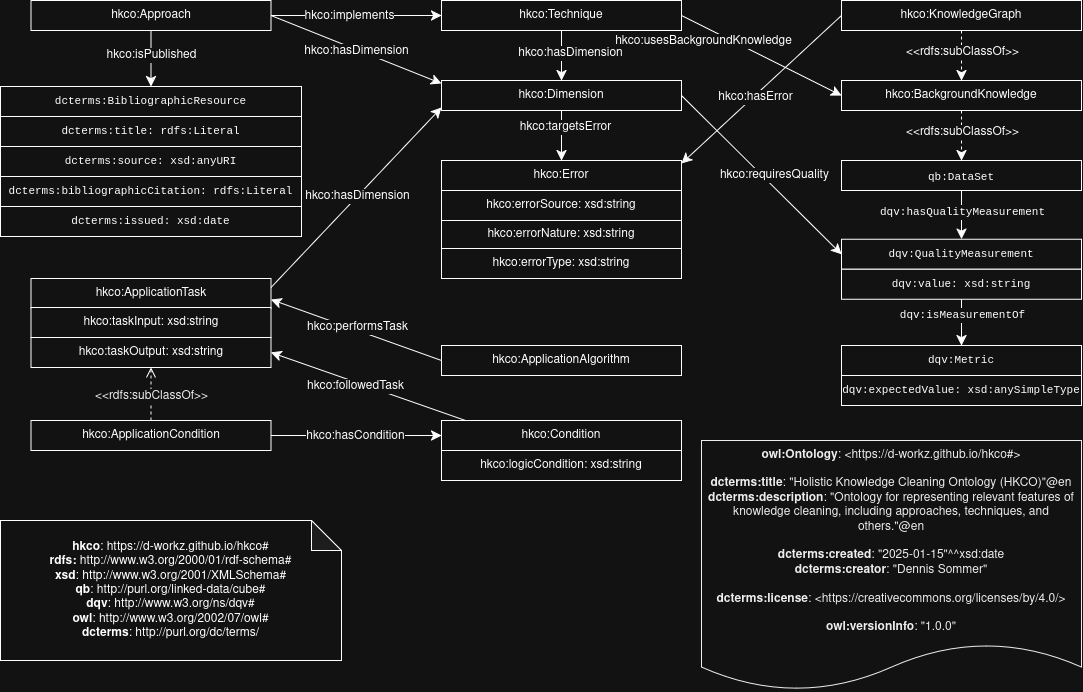
D-Workz/akco keeps this draw.io diagram as resources/HKCO_visualization.png. Above is the earlier version. Source tidied: cells renumbered, new cells last; positions are measured from the earlier drawing's top-left corner, leaving out a move shared by most shapes.
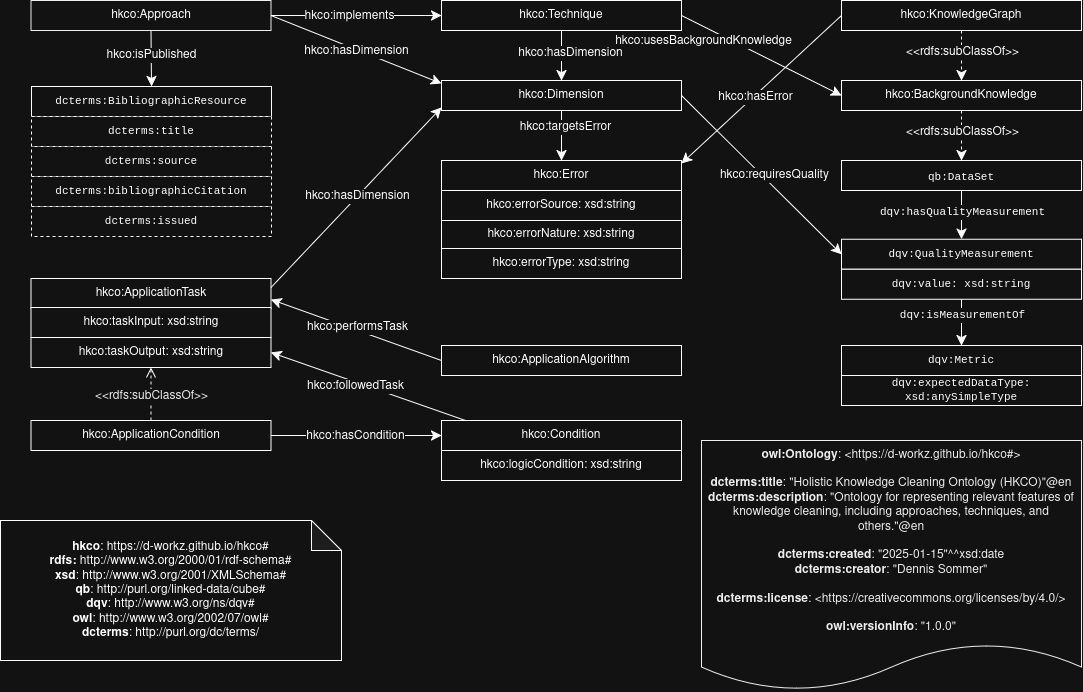
The same file after the commit.

Change to the diagram source:
```diff
@@ -14,7 +14,7 @@
     <mxCell id="5" value="hkco:errorType: xsd:string" style="rounded=0;whiteSpace=wrap;html=1;" parent="1" vertex="1">
       <mxGeometry x="441" y="248" width="240" height="30" as="geometry" />
     </mxCell>
-    <mxCell id="6" value="hkco:Approach" style="rounded=0;whiteSpace=wrap;html=1;snapToPoint=1;points=[[0.1,0],[0.2,0],[0.3,0],[0.4,0],[0.5,0],[0.6,0],[0.7,0],[0.8,0],[0.9,0],[0,0.1],[0,0.3],[0,0.5],[0,0.7],[0,0.9],[0.1,1],[0.2,1],[0.3,1],[0.4,1],[0.5,1],[0.6,1],[0.7,1],[0.8,1],[0.9,1],[1,0.1],[1,0.3],[1,0.5],[1,0.7],[1,0.9]];" parent="1" vertex="1">
+    <mxCell id="6" value="hkco:Approach" style="rounded=0;whiteSpace=wrap;html=1;snapToPoint=1;points=[[0.1,0],[0.2,0],[0.3,0],[0.4,0],[0.5,0],[0.6,0],[0.7,0],[0.8,0],[0.9,0],[0,0.1],[0,0.3],[0,0.5],[0,0.7],[0,0.9],[0.1,1],[0.2,1],[0.3,1],[0.4,1],[0.5,1],[0.6,1],[0.7,1],[0.8,1],[0.9,1],[1,0.1],[1,0.3],[1,0.5],[1,0.7],[1,0.9]];strokeColor=#000000;" parent="1" vertex="1">
       <mxGeometry x="30.5" width="240" height="30" as="geometry" />
     </mxCell>
     <mxCell id="7" style="endArrow=classic;html=1;exitX=0.5;exitY=1;exitDx=0;exitDy=0;endSize=8;arcSize=0;rounded=0;entryX=0.5;entryY=0;entryDx=0;entryDy=0;" parent="1" edge="1" source="6" target="60">
@@ -196,23 +196,23 @@
         <mxPoint y="-4" as="offset" />
       </mxGeometry>
     </mxCell>
-    <mxCell id="58" value="&lt;font style=&quot;font-size: 11px;&quot; face=&quot;Courier New&quot;&gt;dqv:expectedValue: xsd:anySimpleType&lt;br&gt;&lt;/font&gt;" style="rounded=0;whiteSpace=wrap;html=1;" parent="1" vertex="1">
+    <mxCell id="58" value="&lt;font style=&quot;font-size: 11px;&quot; face=&quot;Courier New&quot;&gt;dqv:expectedDataType: xsd:anySimpleType&lt;br&gt;&lt;/font&gt;" style="rounded=0;whiteSpace=wrap;html=1;" parent="1" vertex="1">
       <mxGeometry x="841" y="375" width="240" height="30" as="geometry" />
     </mxCell>
-    <mxCell id="59" value="&lt;font style=&quot;font-size: 11px;&quot; face=&quot;Courier New&quot;&gt;dcterms:source: xsd:anyURI&lt;/font&gt;" style="rounded=0;whiteSpace=wrap;html=1;" parent="1" vertex="1">
-      <mxGeometry y="146" width="301" height="30" as="geometry" />
+    <mxCell id="59" value="&lt;font style=&quot;font-size: 11px;&quot; face=&quot;Courier New&quot;&gt;dcterms:source&lt;/font&gt;" style="rounded=0;whiteSpace=wrap;html=1;dashed=1;" parent="1" vertex="1">
+      <mxGeometry x="31" y="146" width="240" height="30" as="geometry" />
     </mxCell>
     <mxCell id="60" value="&lt;div align=&quot;center&quot;&gt;&lt;font style=&quot;font-size: 11px;&quot; face=&quot;Courier New&quot;&gt;dcterms:BibliographicResource&lt;/font&gt;&lt;/div&gt;" style="rounded=0;whiteSpace=wrap;html=1;snapToPoint=1;points=[[0.1,0],[0.2,0],[0.3,0],[0.4,0],[0.5,0],[0.6,0],[0.7,0],[0.8,0],[0.9,0],[0,0.1],[0,0.3],[0,0.5],[0,0.7],[0,0.9],[0.1,1],[0.2,1],[0.3,1],[0.4,1],[0.5,1],[0.6,1],[0.7,1],[0.8,1],[0.9,1],[1,0.1],[1,0.3],[1,0.5],[1,0.7],[1,0.9]];align=center;" parent="1" vertex="1">
-      <mxGeometry y="86" width="301" height="30" as="geometry" />
+      <mxGeometry x="31" y="86" width="240" height="30" as="geometry" />
     </mxCell>
-    <mxCell id="61" value="&lt;font style=&quot;font-size: 11px;&quot; face=&quot;Courier New&quot;&gt;dcterms:bibliographicCitation: rdfs:Literal&lt;/font&gt;" style="rounded=0;whiteSpace=wrap;html=1;" parent="1" vertex="1">
-      <mxGeometry y="176" width="301" height="30" as="geometry" />
+    <mxCell id="61" value="&lt;font style=&quot;font-size: 11px;&quot; face=&quot;Courier New&quot;&gt;dcterms:bibliographicCitation&lt;br&gt;&lt;/font&gt;" style="rounded=0;whiteSpace=wrap;html=1;dashed=1;" parent="1" vertex="1">
+      <mxGeometry x="31" y="176" width="240" height="30" as="geometry" />
     </mxCell>
-    <mxCell id="62" value="&lt;font style=&quot;font-size: 11px;&quot; face=&quot;Courier New&quot;&gt;dcterms:issued: xsd:date&lt;/font&gt;" style="rounded=0;whiteSpace=wrap;html=1;" parent="1" vertex="1">
-      <mxGeometry y="206" width="301" height="30" as="geometry" />
+    <mxCell id="62" value="&lt;font style=&quot;font-size: 11px;&quot; face=&quot;Courier New&quot;&gt;dcterms:issued&lt;/font&gt;" style="rounded=0;whiteSpace=wrap;html=1;dashed=1;" parent="1" vertex="1">
+      <mxGeometry x="31" y="206" width="240" height="30" as="geometry" />
     </mxCell>
-    <mxCell id="63" value="&lt;font style=&quot;font-size: 11px;&quot; face=&quot;Courier New&quot;&gt;dcterms:title: rdfs:Literal&lt;br&gt;&lt;/font&gt;" style="rounded=0;whiteSpace=wrap;html=1;" parent="1" vertex="1">
-      <mxGeometry y="116" width="301" height="30" as="geometry" />
+    <mxCell id="63" value="&lt;font style=&quot;font-size: 11px;&quot; face=&quot;Courier New&quot;&gt;dcterms:title&lt;br&gt;&lt;/font&gt;" style="rounded=0;whiteSpace=wrap;html=1;dashed=1;" parent="1" vertex="1">
+      <mxGeometry x="31" y="116" width="240" height="30" as="geometry" />
     </mxCell>
   </root>
 </mxGraphModel>
```
